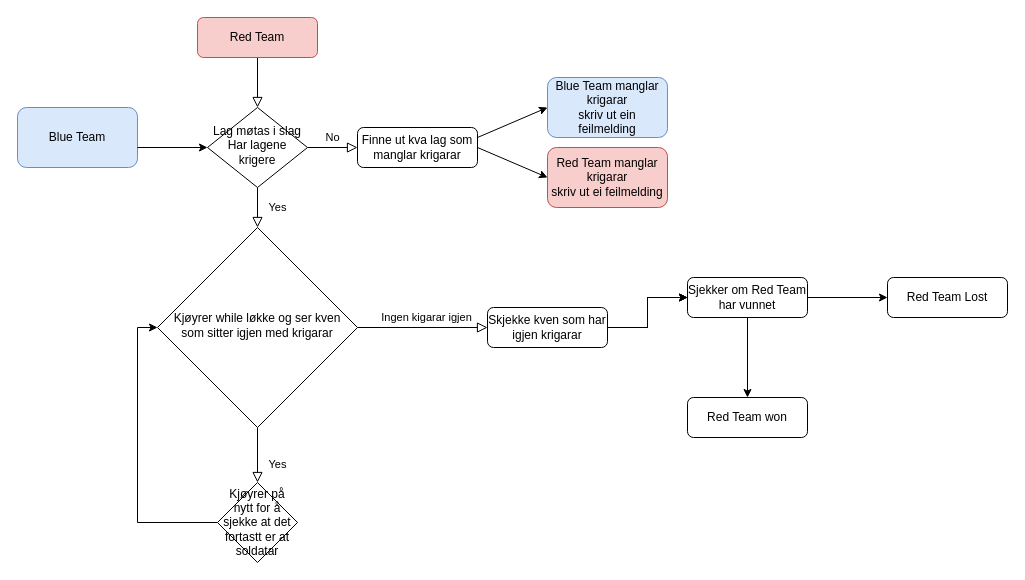
Earlier version of the draw.io diagram Let_the_War_begin/Flytdiagram/Untitled Diagram.drawio (Newtexas28/IT1). Source tidied: cells renumbered, new cells numbered last; positions are measured from the earlier drawing's top-left corner, leaving out a move shared by most shapes. Both pictures are drawn from the tidied source at 100%, with x=0, y=0 at pixel (17, 17).
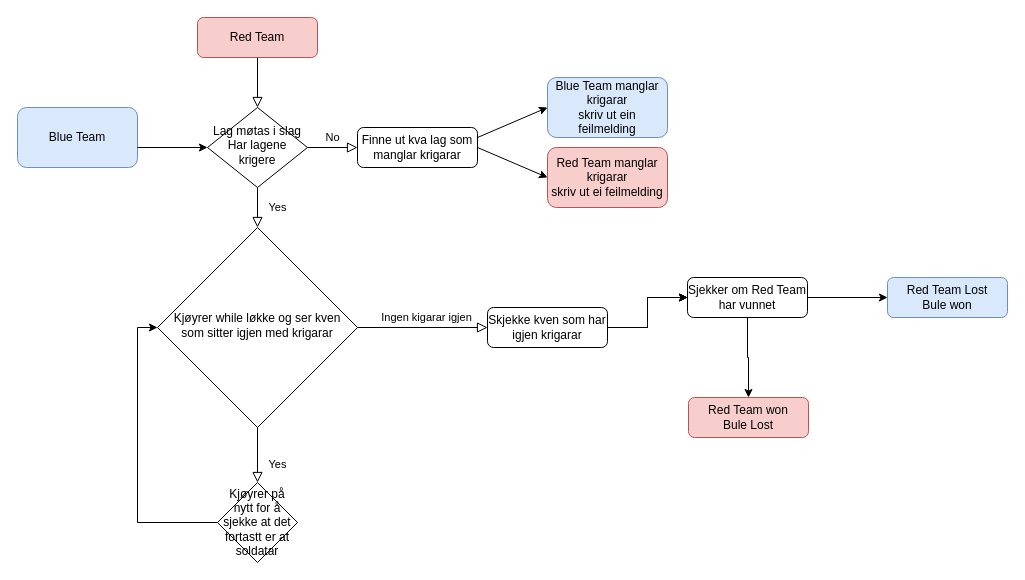
The same diagram, later.

The edit, as a diff of the source:
```diff
@@
-    <mxCell id="26" value="Red Team won" style="rounded=1;whiteSpace=wrap;html=1;fontSize=12;glass=0;strokeWidth=1;shadow=0;" parent="1" vertex="1">
-      <mxGeometry x="670" y="380" width="120" height="40" as="geometry" />
+    <mxCell id="26" value="Red Team won&lt;br&gt;Bule Lost" style="rounded=1;whiteSpace=wrap;html=1;fontSize=12;glass=0;strokeWidth=1;shadow=0;fillColor=#f8cecc;strokeColor=#b85450;" parent="1" vertex="1">
+      <mxGeometry x="671" y="380" width="120" height="40" as="geometry" />
     </mxCell>
-    <mxCell id="27" value="Red Team Lost" style="rounded=1;whiteSpace=wrap;html=1;fontSize=12;glass=0;strokeWidth=1;shadow=0;" parent="1" vertex="1">
+    <mxCell id="27" value="Red Team Lost&lt;br&gt;Bule won" style="rounded=1;whiteSpace=wrap;html=1;fontSize=12;glass=0;strokeWidth=1;shadow=0;fillColor=#dae8fc;strokeColor=#6c8ebf;" parent="1" vertex="1">
       <mxGeometry x="870" y="260" width="120" height="40" as="geometry" />
     </mxCell>
```
